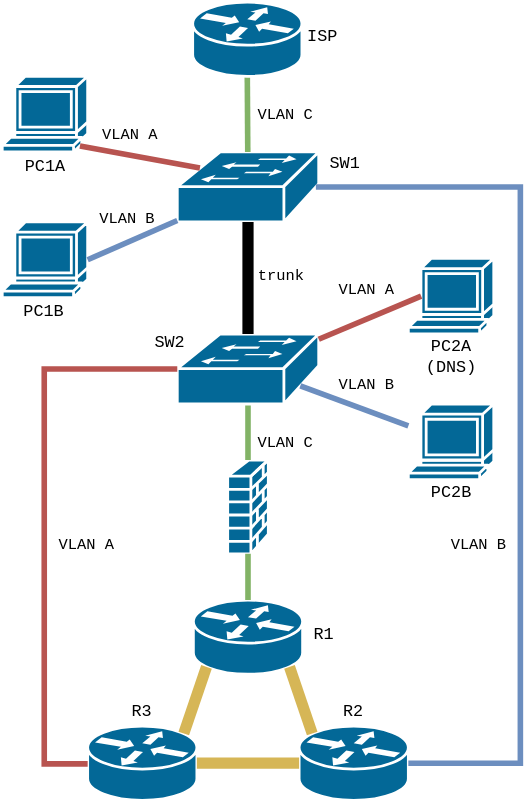
Before: pos_project.drawio.svg, a diagram exported from draw.io (phatt-23/POS-project). Source tidied: cells renumbered, new cells last; positions are measured from the earlier drawing's top-left corner, leaving out a move shared by most shapes.
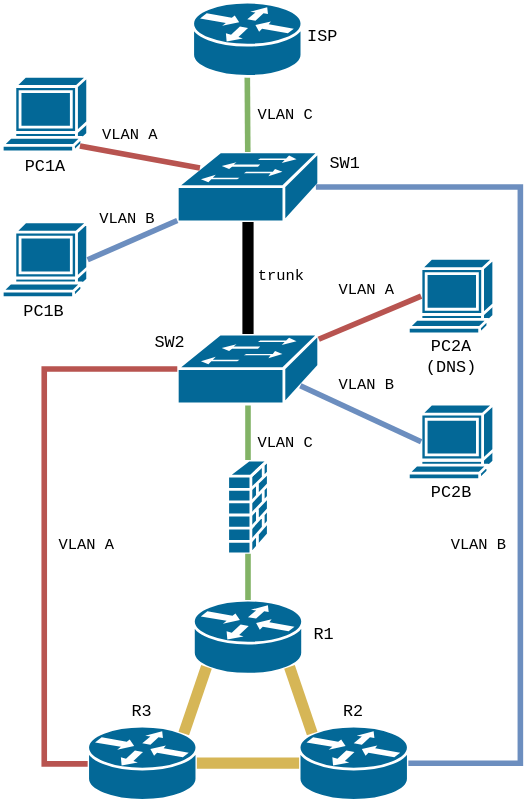
The same diagram one commit later.

Diff of the diagram source:
```diff
@@ -75,7 +75,7 @@
     <mxCell id="22" style="endArrow=none;html=1;rounded=0;fillColor=#f8cecc;strokeColor=#b85450;strokeWidth=4;entryX=0.15;entryY=0.5;entryDx=0;entryDy=0;entryPerimeter=0;" parent="1" edge="1" source="8" target="11">
       <mxGeometry relative="1" as="geometry" />
     </mxCell>
-    <mxCell id="23" style="endArrow=none;html=1;rounded=0;fillColor=#dae8fc;strokeColor=#6c8ebf;strokeWidth=4;exitX=0.87;exitY=0.74;exitDx=0;exitDy=0;exitPerimeter=0;" parent="1" edge="1" source="8" target="12">
+    <mxCell id="23" style="endArrow=none;html=1;rounded=0;fillColor=#dae8fc;strokeColor=#6c8ebf;strokeWidth=4;exitX=0.87;exitY=0.74;exitDx=0;exitDy=0;exitPerimeter=0;entryX=0.15;entryY=0.5;entryDx=0;entryDy=0;entryPerimeter=0;" parent="1" edge="1" source="8" target="12">
       <mxGeometry relative="1" as="geometry" />
     </mxCell>
     <mxCell id="24" style="endArrow=none;html=1;rounded=0;fillColor=#fff2cc;strokeColor=#d6b656;strokeWidth=8;exitX=0.88;exitY=0.1;exitDx=0;exitDy=0;exitPerimeter=0;entryX=0.12;entryY=0.9;entryDx=0;entryDy=0;entryPerimeter=0;" parent="1" edge="1" source="10" target="3">
```
